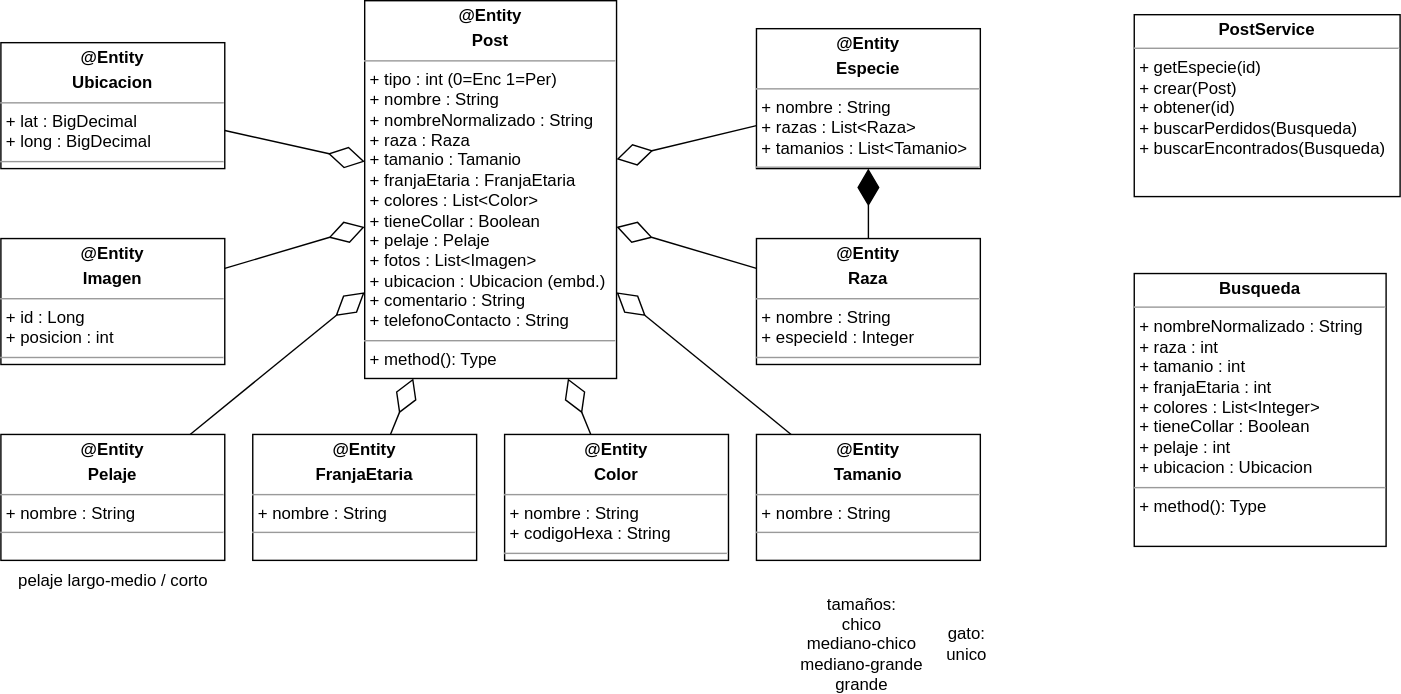
jonybuzz/encontralo keeps this draw.io diagram as documentacion/diagrama-clases.svg. Above is the earlier version. Source tidied: cells renumbered, new cells last; positions are measured from the earlier drawing's top-left corner, leaving out a move shared by most shapes.
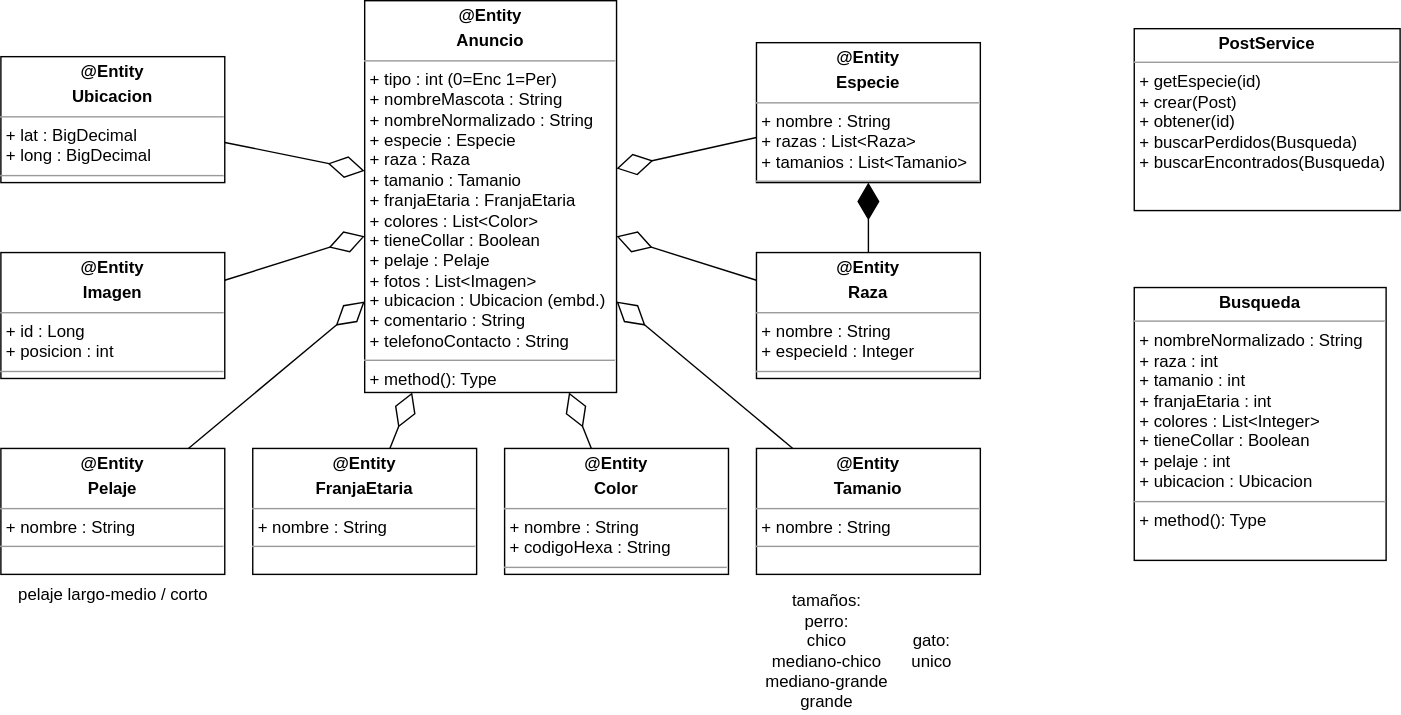
Above is the later version.

Diff of the diagram source:
```diff
@@ -2,8 +2,8 @@
   <root>
     <mxCell id="0" />
     <mxCell id="1" parent="0" />
-    <mxCell id="2" value="&lt;p style=&quot;margin: 0px ; margin-top: 4px ; text-align: center&quot;&gt;&lt;b&gt;@Entity&lt;/b&gt;&lt;/p&gt;&lt;p style=&quot;margin: 0px ; margin-top: 4px ; text-align: center&quot;&gt;&lt;b&gt;Post&lt;/b&gt;&lt;/p&gt;&lt;hr size=&quot;1&quot;&gt;&lt;p style=&quot;margin: 0px ; margin-left: 4px&quot;&gt;+ tipo : int (0=Enc 1=Per)&lt;/p&gt;&lt;p style=&quot;margin: 0px ; margin-left: 4px&quot;&gt;+ nombre : String&lt;/p&gt;&lt;p style=&quot;margin: 0px ; margin-left: 4px&quot;&gt;+ nombreNormalizado : String&lt;/p&gt;&lt;p style=&quot;margin: 0px ; margin-left: 4px&quot;&gt;&lt;span&gt;+ raza : Raza&lt;/span&gt;&lt;br&gt;&lt;/p&gt;&lt;p style=&quot;margin: 0px ; margin-left: 4px&quot;&gt;&lt;span&gt;+ tamanio : Tamanio&lt;/span&gt;&lt;/p&gt;&lt;p style=&quot;margin: 0px ; margin-left: 4px&quot;&gt;&lt;span&gt;+ franjaEtaria : FranjaEtaria&lt;/span&gt;&lt;/p&gt;&lt;p style=&quot;margin: 0px ; margin-left: 4px&quot;&gt;&lt;span&gt;+ colores : List&amp;lt;Color&amp;gt;&lt;/span&gt;&lt;/p&gt;&lt;p style=&quot;margin: 0px ; margin-left: 4px&quot;&gt;&lt;span&gt;+ tieneCollar : Boolean&lt;/span&gt;&lt;/p&gt;&lt;p style=&quot;margin: 0px ; margin-left: 4px&quot;&gt;&lt;span&gt;+ pelaje : Pelaje&lt;/span&gt;&lt;/p&gt;&lt;p style=&quot;margin: 0px ; margin-left: 4px&quot;&gt;&lt;span&gt;+ fotos : List&amp;lt;Imagen&amp;gt;&lt;/span&gt;&lt;/p&gt;&lt;p style=&quot;margin: 0px ; margin-left: 4px&quot;&gt;&lt;span&gt;+ ubicacion : Ubicacion (embd.)&lt;/span&gt;&lt;/p&gt;&lt;p style=&quot;margin: 0px ; margin-left: 4px&quot;&gt;&lt;span&gt;+ comentario : String&lt;/span&gt;&lt;/p&gt;&lt;p style=&quot;margin: 0px ; margin-left: 4px&quot;&gt;&lt;span&gt;+ telefonoContacto : String&lt;/span&gt;&lt;/p&gt;&lt;hr size=&quot;1&quot;&gt;&lt;p style=&quot;margin: 0px ; margin-left: 4px&quot;&gt;+ method(): Type&lt;/p&gt;" style="verticalAlign=top;align=left;overflow=fill;fontSize=12;fontFamily=Helvetica;html=1;" parent="1" vertex="1">
-      <mxGeometry x="260" width="180" height="270" as="geometry" />
+    <mxCell id="2" value="&lt;p style=&quot;margin: 0px ; margin-top: 4px ; text-align: center&quot;&gt;&lt;b&gt;@Entity&lt;/b&gt;&lt;/p&gt;&lt;p style=&quot;margin: 0px ; margin-top: 4px ; text-align: center&quot;&gt;&lt;b&gt;Anuncio&lt;/b&gt;&lt;/p&gt;&lt;hr size=&quot;1&quot;&gt;&lt;p style=&quot;margin: 0px ; margin-left: 4px&quot;&gt;+ tipo : int (0=Enc 1=Per)&lt;/p&gt;&lt;p style=&quot;margin: 0px ; margin-left: 4px&quot;&gt;+ nombreMascota : String&lt;/p&gt;&lt;p style=&quot;margin: 0px ; margin-left: 4px&quot;&gt;+ nombreNormalizado : String&lt;/p&gt;&lt;p style=&quot;margin: 0px ; margin-left: 4px&quot;&gt;+ especie : Especie&lt;/p&gt;&lt;p style=&quot;margin: 0px ; margin-left: 4px&quot;&gt;&lt;span&gt;+ raza : Raza&lt;/span&gt;&lt;br&gt;&lt;/p&gt;&lt;p style=&quot;margin: 0px ; margin-left: 4px&quot;&gt;&lt;span&gt;+ tamanio : Tamanio&lt;/span&gt;&lt;/p&gt;&lt;p style=&quot;margin: 0px ; margin-left: 4px&quot;&gt;&lt;span&gt;+ franjaEtaria : FranjaEtaria&lt;/span&gt;&lt;/p&gt;&lt;p style=&quot;margin: 0px ; margin-left: 4px&quot;&gt;&lt;span&gt;+ colores : List&amp;lt;Color&amp;gt;&lt;/span&gt;&lt;/p&gt;&lt;p style=&quot;margin: 0px ; margin-left: 4px&quot;&gt;&lt;span&gt;+ tieneCollar : Boolean&lt;/span&gt;&lt;/p&gt;&lt;p style=&quot;margin: 0px ; margin-left: 4px&quot;&gt;&lt;span&gt;+ pelaje : Pelaje&lt;/span&gt;&lt;/p&gt;&lt;p style=&quot;margin: 0px ; margin-left: 4px&quot;&gt;&lt;span&gt;+ fotos : List&amp;lt;Imagen&amp;gt;&lt;/span&gt;&lt;/p&gt;&lt;p style=&quot;margin: 0px ; margin-left: 4px&quot;&gt;&lt;span&gt;+ ubicacion : Ubicacion (embd.)&lt;/span&gt;&lt;/p&gt;&lt;p style=&quot;margin: 0px ; margin-left: 4px&quot;&gt;&lt;span&gt;+ comentario : String&lt;/span&gt;&lt;/p&gt;&lt;p style=&quot;margin: 0px ; margin-left: 4px&quot;&gt;&lt;span&gt;+ telefonoContacto : String&lt;/span&gt;&lt;/p&gt;&lt;hr size=&quot;1&quot;&gt;&lt;p style=&quot;margin: 0px ; margin-left: 4px&quot;&gt;+ method(): Type&lt;/p&gt;" style="verticalAlign=top;align=left;overflow=fill;fontSize=12;fontFamily=Helvetica;html=1;" parent="1" vertex="1">
+      <mxGeometry x="260" y="-10" width="180" height="280" as="geometry" />
     </mxCell>
     <mxCell id="3" value="&lt;p style=&quot;margin: 4px 0px 0px ; text-align: center&quot;&gt;&lt;b&gt;@Entity&lt;/b&gt;&lt;/p&gt;&lt;p style=&quot;margin: 0px ; margin-top: 4px ; text-align: center&quot;&gt;&lt;b&gt;Especie&lt;/b&gt;&lt;/p&gt;&lt;hr size=&quot;1&quot;&gt;&lt;p style=&quot;margin: 0px ; margin-left: 4px&quot;&gt;+ nombre : String&lt;/p&gt;&lt;p style=&quot;margin: 0px ; margin-left: 4px&quot;&gt;+ razas : List&amp;lt;Raza&amp;gt;&lt;/p&gt;&lt;p style=&quot;margin: 0px ; margin-left: 4px&quot;&gt;+ tamanios : List&amp;lt;Tamanio&amp;gt;&lt;/p&gt;&lt;hr size=&quot;1&quot;&gt;&lt;p style=&quot;margin: 0px ; margin-left: 4px&quot;&gt;&lt;br&gt;&lt;/p&gt;" style="verticalAlign=top;align=left;overflow=fill;fontSize=12;fontFamily=Helvetica;html=1;" parent="1" vertex="1">
       <mxGeometry x="540" y="20" width="160" height="100" as="geometry" />
@@ -17,11 +17,11 @@
     <mxCell id="6" value="&lt;p style=&quot;margin: 4px 0px 0px ; text-align: center&quot;&gt;&lt;b&gt;@Entity&lt;/b&gt;&lt;/p&gt;&lt;p style=&quot;margin: 0px ; margin-top: 4px ; text-align: center&quot;&gt;&lt;b&gt;Color&lt;/b&gt;&lt;/p&gt;&lt;hr size=&quot;1&quot;&gt;&lt;p style=&quot;margin: 0px ; margin-left: 4px&quot;&gt;&lt;span&gt;+ nombre : String&lt;/span&gt;&lt;/p&gt;&lt;p style=&quot;margin: 0px ; margin-left: 4px&quot;&gt;+ codigoHexa : String&lt;span&gt;&lt;br&gt;&lt;/span&gt;&lt;/p&gt;&lt;hr size=&quot;1&quot;&gt;&lt;p style=&quot;margin: 0px ; margin-left: 4px&quot;&gt;&lt;br&gt;&lt;/p&gt;" style="verticalAlign=top;align=left;overflow=fill;fontSize=12;fontFamily=Helvetica;html=1;" parent="1" vertex="1">
       <mxGeometry x="360" y="310" width="160" height="90" as="geometry" />
     </mxCell>
-    <mxCell id="7" value="tamaños:&lt;br&gt;chico&lt;br&gt;mediano-chico&lt;br&gt;mediano-grande&lt;br&gt;grande" style="text;html=1;align=center;verticalAlign=middle;" parent="1" vertex="1">
-      <mxGeometry x="565" y="425" width="100" height="70" as="geometry" />
+    <mxCell id="7" value="tamaños:&lt;br&gt;perro:&lt;br&gt;chico&lt;br&gt;mediano-chico&lt;br&gt;mediano-grande&lt;br&gt;grande" style="text;html=1;align=center;verticalAlign=middle;" parent="1" vertex="1">
+      <mxGeometry x="540" y="410" width="100" height="90" as="geometry" />
     </mxCell>
     <mxCell id="8" value="gato:&lt;br&gt;unico" style="text;html=1;align=center;verticalAlign=middle;" parent="1" vertex="1">
-      <mxGeometry x="670" y="445" width="40" height="30" as="geometry" />
+      <mxGeometry x="645" y="440" width="40" height="30" as="geometry" />
     </mxCell>
     <mxCell id="9" value="&lt;p style=&quot;margin: 4px 0px 0px ; text-align: center&quot;&gt;&lt;b&gt;@Entity&lt;/b&gt;&lt;/p&gt;&lt;p style=&quot;margin: 0px ; margin-top: 4px ; text-align: center&quot;&gt;&lt;b&gt;Tamanio&lt;/b&gt;&lt;/p&gt;&lt;hr size=&quot;1&quot;&gt;&lt;p style=&quot;margin: 0px ; margin-left: 4px&quot;&gt;&lt;span&gt;+ nombre : String&lt;/span&gt;&lt;br&gt;&lt;/p&gt;&lt;hr size=&quot;1&quot;&gt;&lt;p style=&quot;margin: 0px ; margin-left: 4px&quot;&gt;&lt;br&gt;&lt;/p&gt;" style="verticalAlign=top;align=left;overflow=fill;fontSize=12;fontFamily=Helvetica;html=1;" parent="1" vertex="1">
       <mxGeometry x="540" y="310" width="160" height="90" as="geometry" />
```
